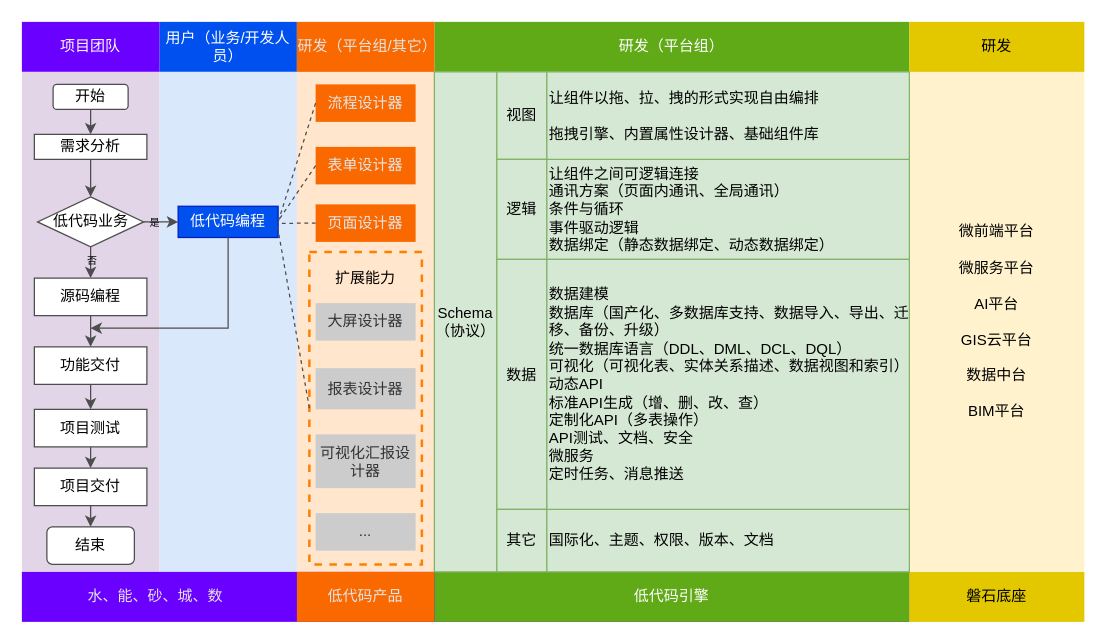
tangyaosimida/love keeps this draw.io diagram as 低代码——泳道图.drawio. Above is the earlier version. Source tidied: cells renumbered, new cells numbered last; positions are measured from the earlier drawing's top-left corner, leaving out a move shared by most shapes. Both pictures are drawn from the tidied source at 125%, with x=0, y=0 at pixel (21, 21).
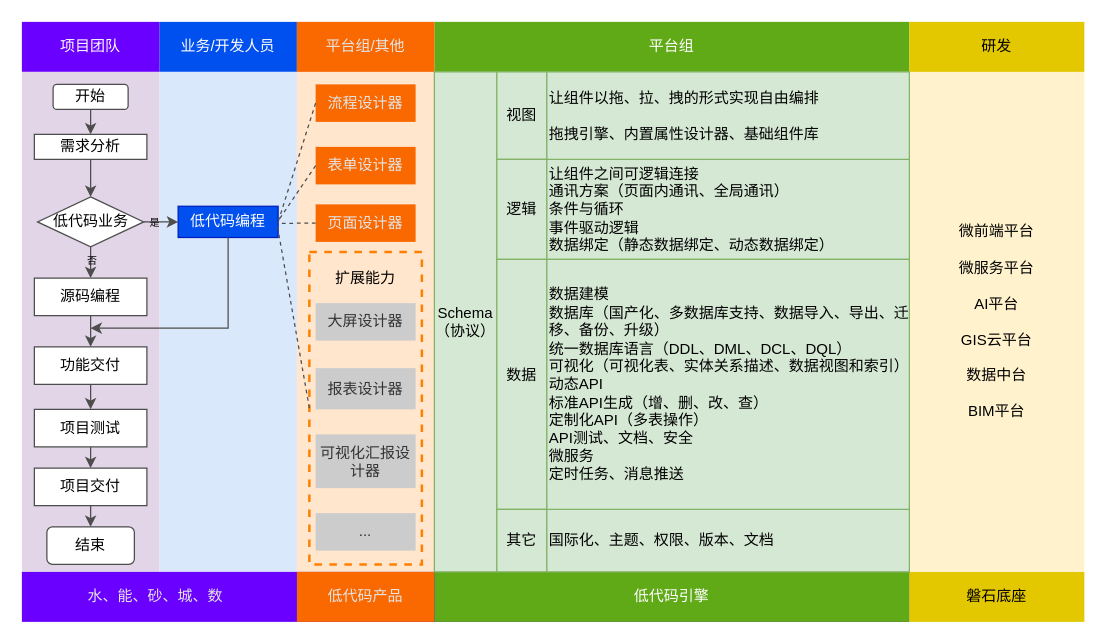
Above is the later version.

Commit message:
更新低代码——泳道图.drawio

Change to the diagram source:
```diff
@@
-    <mxCell id="4" value="研发（平台组）" style="rounded=0;whiteSpace=wrap;html=1;align=center;fillColor=#60a917;fontColor=#ffffff;strokeColor=none;" parent="1" vertex="1">
+    <mxCell id="4" value="平台组" style="rounded=0;whiteSpace=wrap;html=1;align=center;fillColor=#60a917;fontColor=#ffffff;strokeColor=none;" parent="1" vertex="1">
       <mxGeometry x="330" width="380" height="40" as="geometry" />
     </mxCell>
-    <mxCell id="5" value="用户（业务/开发人员）" style="rounded=0;whiteSpace=wrap;html=1;fillColor=#0050ef;fontColor=#ffffff;strokeColor=none;" parent="1" vertex="1">
+    <mxCell id="5" value="业务/开发人员" style="rounded=0;whiteSpace=wrap;html=1;fillColor=#0050ef;fontColor=#ffffff;strokeColor=none;" parent="1" vertex="1">
       <mxGeometry x="110" width="110" height="40" as="geometry" />
     </mxCell>
-    <mxCell id="6" value="研发（平台组/其它）" style="rounded=0;whiteSpace=wrap;html=1;fillColor=#fa6800;strokeColor=none;fontColor=#E6E6E6;" parent="1" vertex="1">
+    <mxCell id="6" value="平台组/其他" style="rounded=0;whiteSpace=wrap;html=1;fillColor=#fa6800;strokeColor=none;fontColor=#E6E6E6;" parent="1" vertex="1">
       <mxGeometry x="220" width="110" height="40" as="geometry" />
     </mxCell>
```
